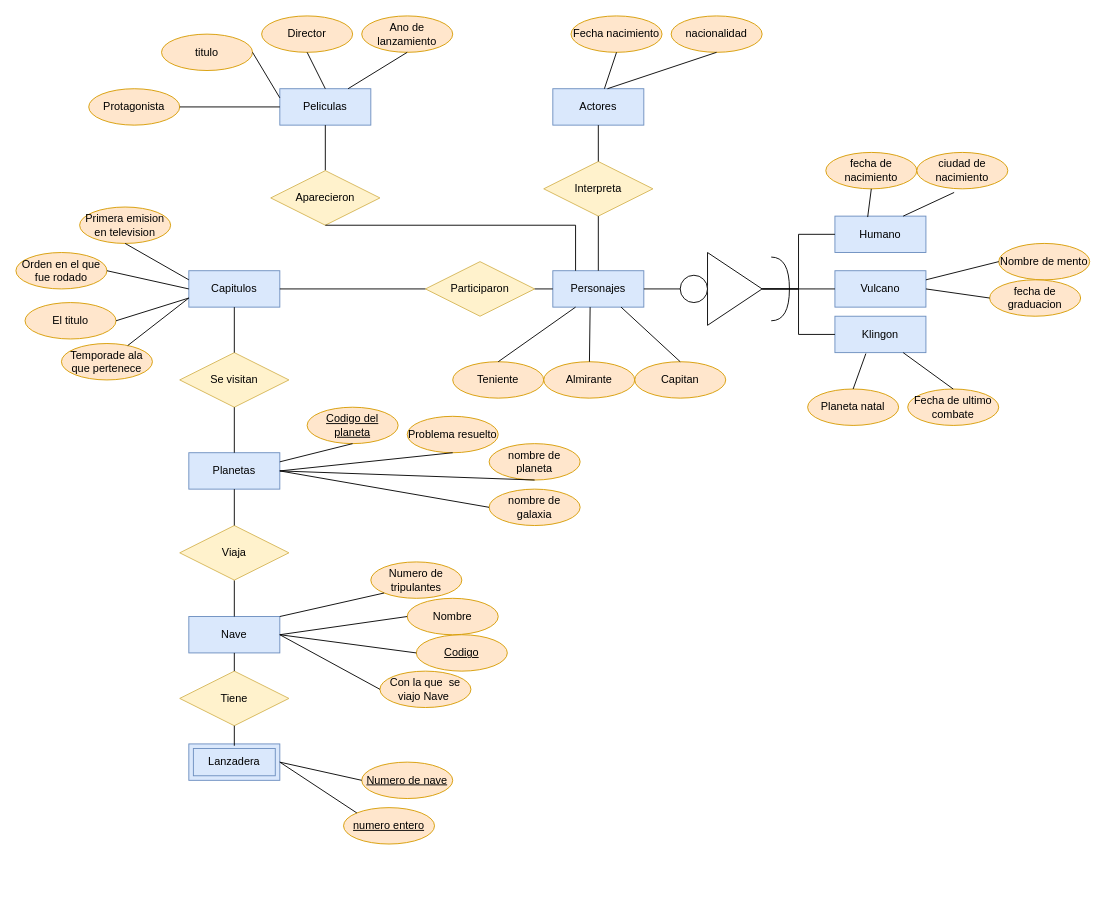
Above: Unidad1/Tareas/Tarea evaluada3/Untitled Diagram.drawio in JVC0/Base-Datos (draw.io), before the change. Source tidied: cells renumbered, new cells numbered last; positions are measured from the earlier drawing's top-left corner, leaving out a move shared by most shapes. Both pictures are drawn from the tidied source at 91%, with x=0, y=0 at pixel (15, 15).
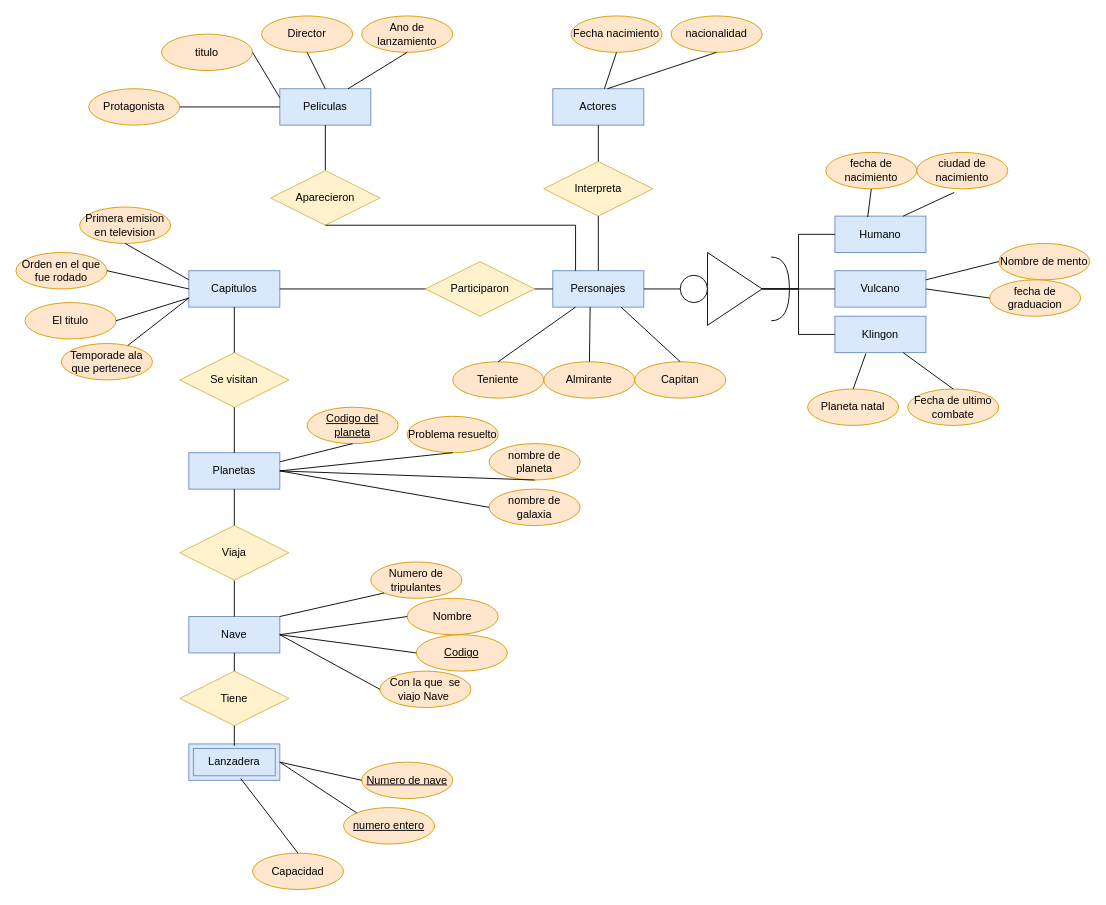
The same page after the edit.

The change refers to these unchanged cells:
```xml
<mxCell id="22" value="Lanzadera" style="shape=ext;margin=3;double=1;whiteSpace=wrap;html=1;align=center;fillColor=#dae8fc;strokeColor=#6c8ebf;" parent="1" vertex="1">
  <mxGeometry x="190" y="800" width="100" height="40" as="geometry" />
</mxCell>
```

What changed in the source:
```diff
@@
+    <mxCell id="95" value="Capacidad" style="ellipse;whiteSpace=wrap;html=1;align=center;fillColor=#ffe6cc;strokeColor=#d79b00;" parent="1" vertex="1">
+      <mxGeometry x="260" y="920" width="100" height="40" as="geometry" />
+    </mxCell>
+    <mxCell id="96" style="endArrow=none;html=1;rounded=0;exitX=0.5;exitY=0;exitDx=0;exitDy=0;entryX=0.57;entryY=0.95;entryDx=0;entryDy=0;entryPerimeter=0;" parent="1" edge="1" source="95" target="22">
+      <mxGeometry relative="1" as="geometry" />
+    </mxCell>
```
